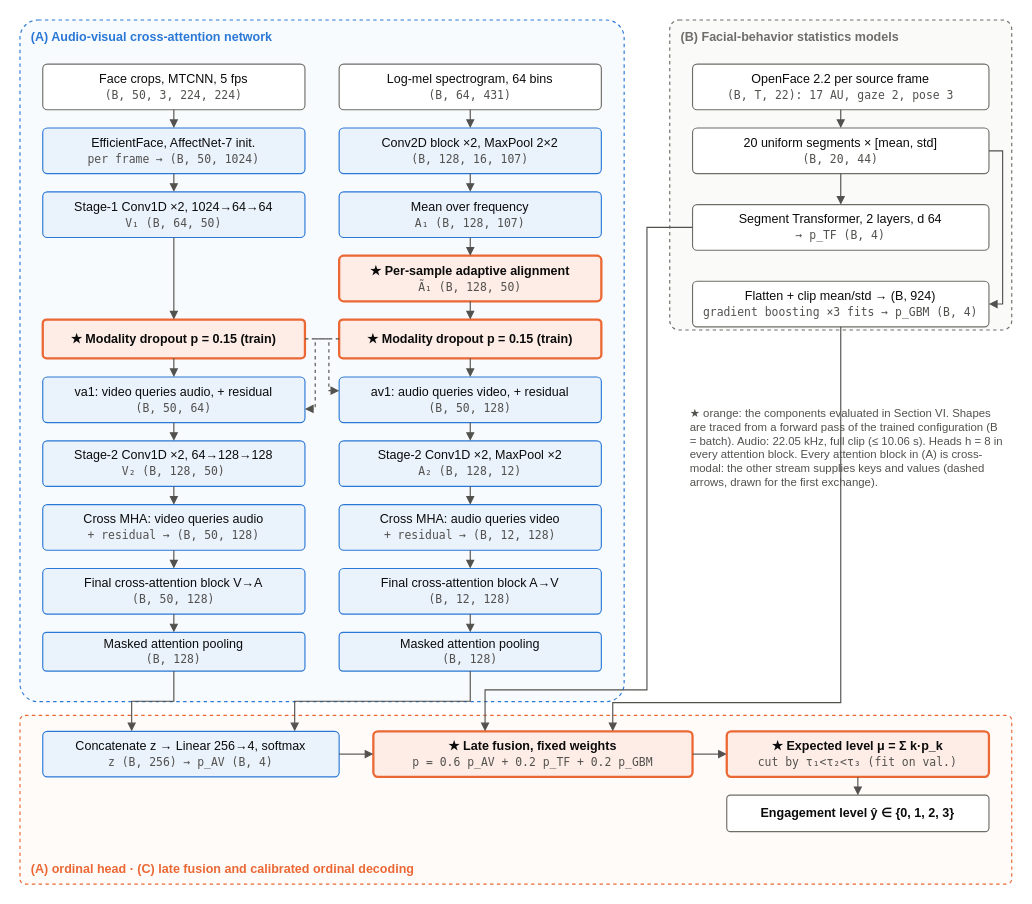
This is research/paper/figures/architecture.drawio from YuvrajGupta1808/AVTCA-Research, a draw.io file, before an edit. Source tidied: cells renumbered, new cells numbered last; positions are measured from the earlier drawing's top-left corner, leaving out a move shared by most shapes. Both pictures are drawn from the tidied source at 114%, with x=0, y=0 at pixel (19, 19).
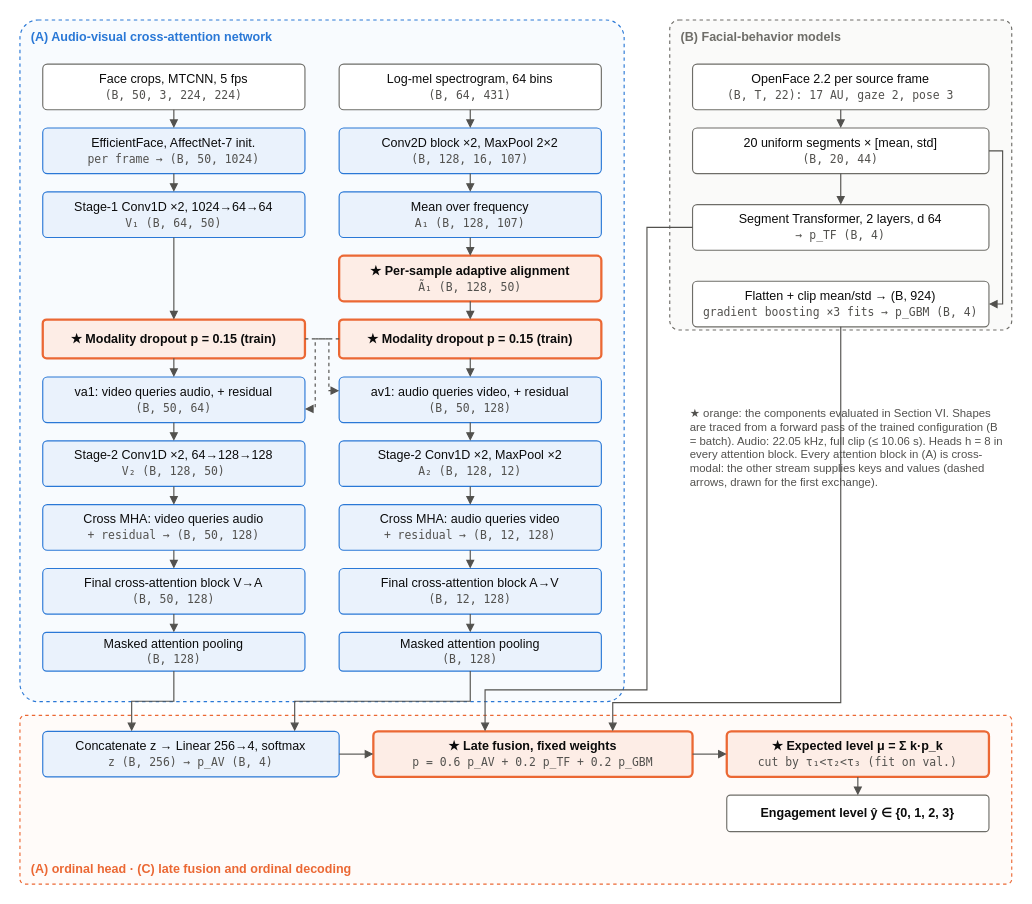
The same page after the edit.

Diff of the diagram source:
```diff
@@
-    <mxCell id="3" value="(B) Facial-behavior statistics models" style="rounded=1;arcSize=3;whiteSpace=wrap;html=1;dashed=1;strokeColor=#6E6D68;fillColor=#FAFAF9;verticalAlign=top;align=left;spacingLeft=8;spacingTop=2;spacingBottom=4;fontFamily=Helvetica;fontSize=11;fontStyle=1;fontColor=#6E6D68;" parent="1" vertex="1">
+    <mxCell id="3" value="(B) Facial-behavior models" style="rounded=1;arcSize=3;whiteSpace=wrap;html=1;dashed=1;strokeColor=#6E6D68;fillColor=#FAFAF9;verticalAlign=top;align=left;spacingLeft=8;spacingTop=2;spacingBottom=4;fontFamily=Helvetica;fontSize=11;fontStyle=1;fontColor=#6E6D68;" parent="1" vertex="1">
       <mxGeometry x="570" width="300" height="272" as="geometry" />
     </mxCell>
-    <mxCell id="4" value="(A) ordinal head  ·  (C) late fusion and calibrated ordinal decoding" style="rounded=1;arcSize=3;whiteSpace=wrap;html=1;dashed=1;strokeColor=#EB6834;fillColor=#FFFBF9;verticalAlign=bottom;align=left;spacingLeft=8;spacingTop=2;spacingBottom=4;fontFamily=Helvetica;fontSize=11;fontStyle=1;fontColor=#EB6834;" parent="1" vertex="1">
+    <mxCell id="4" value="(A) ordinal head  ·  (C) late fusion and ordinal decoding" style="rounded=1;arcSize=3;whiteSpace=wrap;html=1;dashed=1;strokeColor=#EB6834;fillColor=#FFFBF9;verticalAlign=bottom;align=left;spacingLeft=8;spacingTop=2;spacingBottom=4;fontFamily=Helvetica;fontSize=11;fontStyle=1;fontColor=#EB6834;" parent="1" vertex="1">
       <mxGeometry y="610" width="870" height="148" as="geometry" />
     </mxCell>
```
